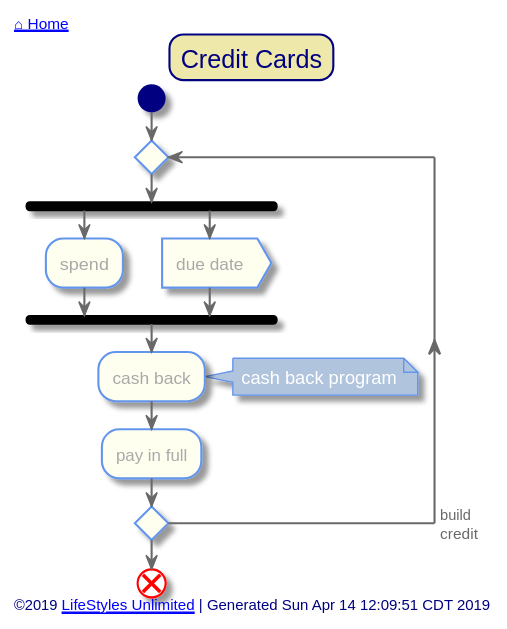
The PlantUML diagram out/src/unlimited-lifestyle/credit-cards.svg in toddmo/lifestylesunlimited, before a commit. Source of this version:
```plantuml
@startuml credit-cards


skinparam {
  BorderColor Red
  PathHoverColor Blue
}

skinparam Title {
  FontColor Navy
  BackgroundColor PaleGoldenRod
  BorderColor Navy
  BorderRoundCorner 20
}

skinparam activity {
  BackgroundColor Ivory
  BorderColor CornflowerBlue
  FontColor DarkGray

  Arrow {
    Color dimgray
    FontColor dimgray
  }

  Start {
    Color Navy
  }

  End {
    Color Red
  }

  Diamond {
    BackgroundColor Ivory
    BorderColor CornflowerBlue
    FontColor DarkGray
  }

  BackgroundColor<< Exception >> Red
	BorderColor<< Exception >> White
}

skinparam Swimlane {
  BorderColor CornflowerBlue
}

skinparam Partition {
  BackgroundColor DarkSeaGreen
  BorderColor CornflowerBlue
  BorderThickness 1
  FontColor White
  FontSize 16
}
skinparam Note {
  BackgroundColor LightSteelBlue
  BorderColor CornflowerBlue
  FontColor White
}

skinparam Footer {
  FontColor Navy
}


left header
	<font color=Navy>[[../index.svg ⌂ Home]]</font>
endheader


	Title Credit Cards

	start

	repeat
		fork
			:spend;
		fork again
			:due date>
		end fork
		:cash back;
		note right: cash back program
		:pay in full;

	repeat while () -> build\ncredit

	end

left footer
	©2019 [[http://www.lifestylesunlimited.com LifeStyles Unlimited]] | Generated Sun Apr 14 12:09:51 CDT 2019
endfooter


@enduml
```
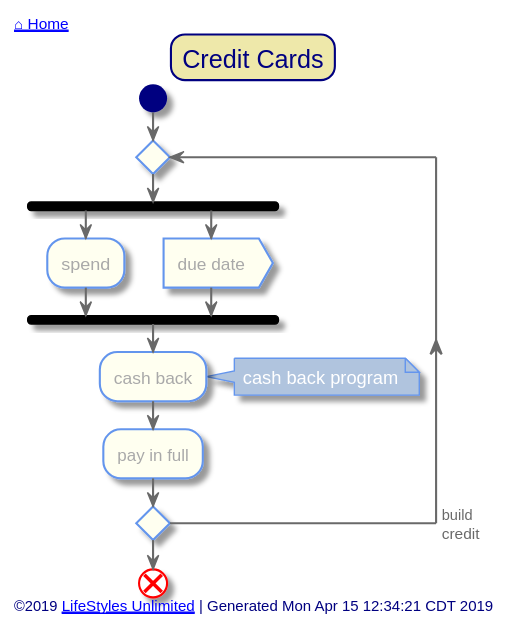
The same diagram one commit later.

The edit, as a diff of the source:
```diff
@@ -87,7 +87,7 @@
 	end
 
 left footer
-	©2019 [[http://www.lifestylesunlimited.com LifeStyles Unlimited]] | Generated Sun Apr 14 12:09:51 CDT 2019
+	©2019 [[http://www.lifestylesunlimited.com LifeStyles Unlimited]] | Generated Mon Apr 15 12:34:21 CDT 2019
 endfooter
 
 
```
